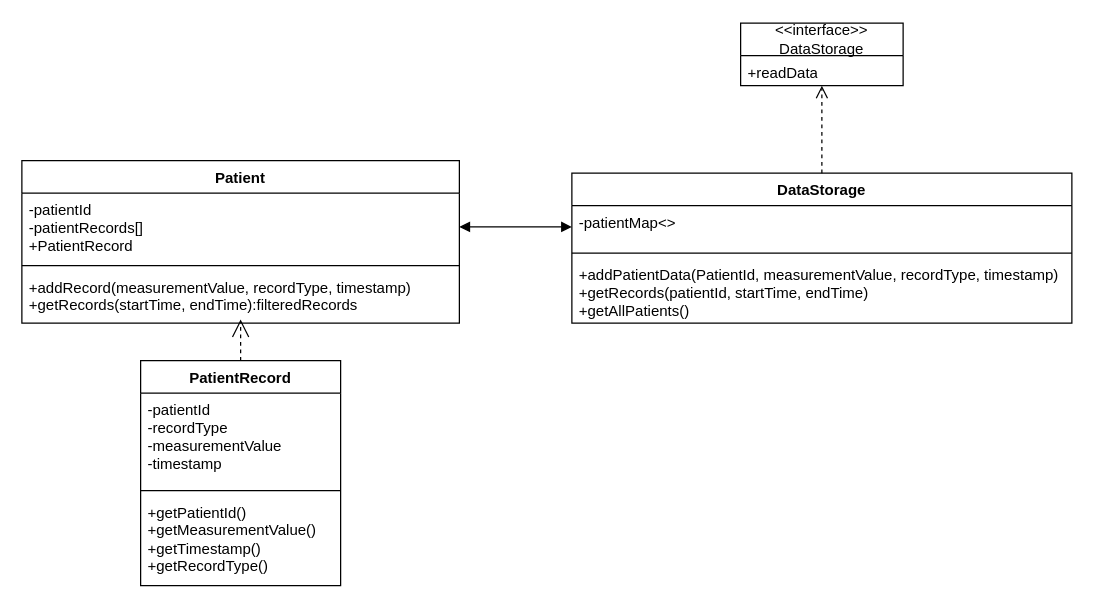
This is uml_models/DataStoreageSystem.drawio from msa46/signal_project, a draw.io file, before an edit. Source tidied: cells renumbered, new cells numbered last; positions are measured from the earlier drawing's top-left corner, leaving out a move shared by most shapes. Both pictures are drawn from the tidied source at 125%, with x=0, y=0 at pixel (21, 22).
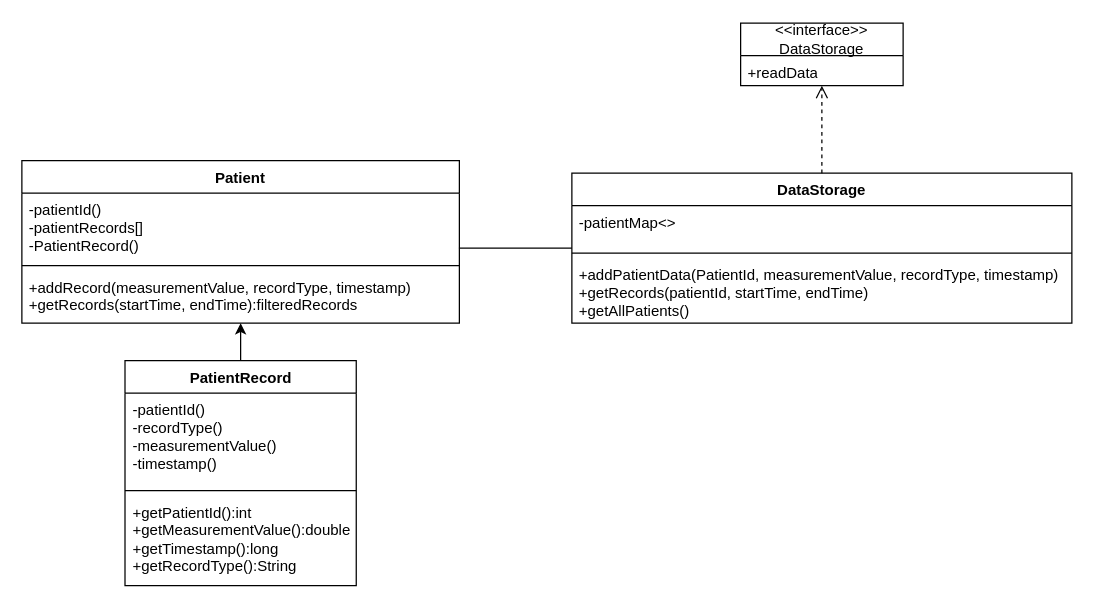
The same diagram, later.

Change to the diagram source:
```diff
@@
 <mxGraphModel>
   <root>
     <mxCell id="0" />
     <mxCell id="1" parent="0" />
     <mxCell id="2" value="DataStorage" style="swimlane;fontStyle=1;align=center;verticalAlign=top;horizontal=1;startSize=26;whiteSpace=wrap;html=1;" parent="1" vertex="1">
       <mxGeometry x="440" y="120" width="400" height="120" as="geometry" />
     </mxCell>
     <mxCell id="3" value="-patientMap&amp;lt;&amp;gt;" style="text;strokeColor=none;fillColor=none;align=left;verticalAlign=top;spacingLeft=4;spacingRight=4;overflow=hidden;points=[[0,0.5],[1,0.5]];portConstraint=eastwest;whiteSpace=wrap;html=1;" parent="2" vertex="1">
       <mxGeometry y="26" width="400" height="34" as="geometry" />
     </mxCell>
     <mxCell id="4" style="line;strokeWidth=1;fillColor=none;align=left;verticalAlign=middle;spacingTop=-1;spacingLeft=3;spacingRight=3;labelPosition=right;strokeColor=inherit;" parent="2" vertex="1">
       <mxGeometry y="60" width="400" height="8" as="geometry" />
     </mxCell>
     <mxCell id="5" value="+addPatientData(PatientId, measurementValue, recordType, timestamp)&lt;br&gt;+getRecords(patientId, startTime, endTime)&lt;div&gt;+getAllPatients()&lt;/div&gt;" style="text;strokeColor=none;fillColor=none;align=left;verticalAlign=top;spacingLeft=4;spacingRight=4;overflow=hidden;whiteSpace=wrap;html=1;" parent="2" vertex="1">
       <mxGeometry y="68" width="400" height="52" as="geometry" />
     </mxCell>
     <mxCell id="6" value="Patient" style="swimlane;fontStyle=1;align=center;verticalAlign=top;horizontal=1;startSize=26;whiteSpace=wrap;html=1;" parent="1" vertex="1">
       <mxGeometry y="110" width="350" height="130" as="geometry" />
     </mxCell>
-    <mxCell id="7" value="-patientId&lt;div&gt;-patientRecords[]&lt;/div&gt;&lt;div&gt;+PatientRecord&lt;/div&gt;" style="text;strokeColor=none;fillColor=none;align=left;verticalAlign=top;spacingLeft=4;spacingRight=4;overflow=hidden;points=[[0,0.5],[1,0.5]];portConstraint=eastwest;whiteSpace=wrap;html=1;" parent="6" vertex="1">
+    <mxCell id="7" value="-patientId()&lt;div&gt;-patientRecords[]&lt;/div&gt;&lt;div&gt;-PatientRecord()&lt;/div&gt;" style="text;strokeColor=none;fillColor=none;align=left;verticalAlign=top;spacingLeft=4;spacingRight=4;overflow=hidden;points=[[0,0.5],[1,0.5]];portConstraint=eastwest;whiteSpace=wrap;html=1;" parent="6" vertex="1">
       <mxGeometry y="26" width="350" height="54" as="geometry" />
     </mxCell>
     <mxCell id="8" style="line;strokeWidth=1;fillColor=none;align=left;verticalAlign=middle;spacingTop=-1;spacingLeft=3;spacingRight=3;labelPosition=right;strokeColor=inherit;" parent="6" vertex="1">
       <mxGeometry y="80" width="350" height="8" as="geometry" />
     </mxCell>
     <mxCell id="9" value="+addRecord(measurementValue, recordType, timestamp)&lt;div&gt;+getRecords(startTime, endTime):filteredRecords&lt;/div&gt;" style="text;strokeColor=none;fillColor=none;align=left;verticalAlign=top;spacingLeft=4;spacingRight=4;overflow=hidden;points=[[0,0.5],[1,0.5]];portConstraint=eastwest;whiteSpace=wrap;html=1;" parent="6" vertex="1">
       <mxGeometry y="88" width="350" height="42" as="geometry" />
     </mxCell>
     <mxCell id="10" value="PatientRecord" style="swimlane;fontStyle=1;align=center;verticalAlign=top;horizontal=1;startSize=26;whiteSpace=wrap;html=1;" parent="1" vertex="1">
-      <mxGeometry x="95" y="270" width="160" height="180" as="geometry" />
+      <mxGeometry x="82.5" y="270" width="185" height="180" as="geometry" />
     </mxCell>
-    <mxCell id="11" value="-patientId&lt;div&gt;-recordType&lt;/div&gt;&lt;div&gt;-measurementValue&lt;/div&gt;&lt;div&gt;-timestamp&lt;/div&gt;" style="text;strokeColor=none;fillColor=none;align=left;verticalAlign=top;spacingLeft=4;spacingRight=4;overflow=hidden;whiteSpace=wrap;html=1;" parent="10" vertex="1">
-      <mxGeometry y="26" width="160" height="74" as="geometry" />
+    <mxCell id="11" value="-patientId()&lt;div&gt;-recordType()&lt;/div&gt;&lt;div&gt;-measurementValue()&lt;/div&gt;&lt;div&gt;-timestamp()&lt;/div&gt;" style="text;strokeColor=none;fillColor=none;align=left;verticalAlign=top;spacingLeft=4;spacingRight=4;overflow=hidden;whiteSpace=wrap;html=1;" parent="10" vertex="1">
+      <mxGeometry y="26" width="185" height="74" as="geometry" />
     </mxCell>
     <mxCell id="12" style="line;strokeWidth=1;fillColor=none;align=left;verticalAlign=middle;spacingTop=-1;spacingLeft=3;spacingRight=3;labelPosition=right;strokeColor=inherit;" parent="10" vertex="1">
-      <mxGeometry y="100" width="160" height="8" as="geometry" />
+      <mxGeometry y="100" width="185" height="8" as="geometry" />
     </mxCell>
-    <mxCell id="13" value="+getPatientId()&lt;div&gt;+getMeasurementValue()&lt;/div&gt;&lt;div&gt;+getTimestamp()&lt;/div&gt;&lt;div&gt;+getRecordType()&lt;/div&gt;" style="text;strokeColor=none;fillColor=none;align=left;verticalAlign=top;spacingLeft=4;spacingRight=4;overflow=hidden;whiteSpace=wrap;html=1;" parent="10" vertex="1">
-      <mxGeometry y="108" width="160" height="72" as="geometry" />
+    <mxCell id="13" value="+getPatientId():int&lt;div&gt;+getMeasurementValue():double&lt;/div&gt;&lt;div&gt;+getTimestamp():long&lt;/div&gt;&lt;div&gt;+getRecordType():String&lt;/div&gt;" style="text;strokeColor=none;fillColor=none;align=left;verticalAlign=top;spacingLeft=4;spacingRight=4;overflow=hidden;whiteSpace=wrap;html=1;" parent="10" vertex="1">
+      <mxGeometry y="108" width="185" height="72" as="geometry" />
     </mxCell>
     <mxCell id="14" value="&amp;lt;&amp;lt;interface&amp;gt;&amp;gt;&lt;br&gt;DataStorage" style="swimlane;fontStyle=0;horizontal=1;startSize=26;fillColor=none;whiteSpace=wrap;html=1;" parent="1" vertex="1">
       <mxGeometry x="575" width="130" height="50" as="geometry" />
     </mxCell>
     <mxCell id="15" value="+readData" style="text;strokeColor=none;fillColor=none;align=left;verticalAlign=top;spacingLeft=4;spacingRight=4;overflow=hidden;points=[[0,0.5],[1,0.5]];portConstraint=eastwest;whiteSpace=wrap;html=1;" parent="14" vertex="1">
       <mxGeometry y="26" width="130" height="24" as="geometry" />
     </mxCell>
     <mxCell id="16" style="html=1;verticalAlign=bottom;endArrow=open;dashed=1;endSize=8;curved=0;rounded=0;exitX=0.5;exitY=0;exitDx=0;exitDy=0;" parent="1" edge="1" source="2" target="15">
       <mxGeometry relative="1" as="geometry" />
     </mxCell>
-    <mxCell id="17" style="endArrow=block;startArrow=block;endFill=1;startFill=1;html=1;rounded=0;exitX=1;exitY=0.5;exitDx=0;exitDy=0;entryX=0;entryY=0.5;entryDx=0;entryDy=0;" parent="1" edge="1" source="7" target="3">
-      <mxGeometry relative="1" as="geometry" />
-    </mxCell>
-    <mxCell id="18" style="endArrow=open;endSize=12;dashed=1;html=1;rounded=0;exitX=0.5;exitY=0;exitDx=0;exitDy=0;entryX=0.5;entryY=0.929;entryDx=0;entryDy=0;entryPerimeter=0;" parent="1" edge="1" source="10" target="9">
-      <mxGeometry relative="1" as="geometry" />
-    </mxCell>
+    <mxCell id="19" style="endArrow=classic;html=1;rounded=0;exitX=0.5;exitY=0;exitDx=0;exitDy=0;" parent="1" edge="1" source="10" target="6">
+      <mxGeometry relative="1" as="geometry" />
+    </mxCell>
+    <mxCell id="20" style="endArrow=none;html=1;rounded=0;exitX=0.999;exitY=0.814;exitDx=0;exitDy=0;exitPerimeter=0;" parent="1" edge="1" source="7">
+      <mxGeometry relative="1" as="geometry">
+        <mxPoint x="440" y="180" as="targetPoint" />
+      </mxGeometry>
+    </mxCell>
   </root>
 </mxGraphModel>
```
